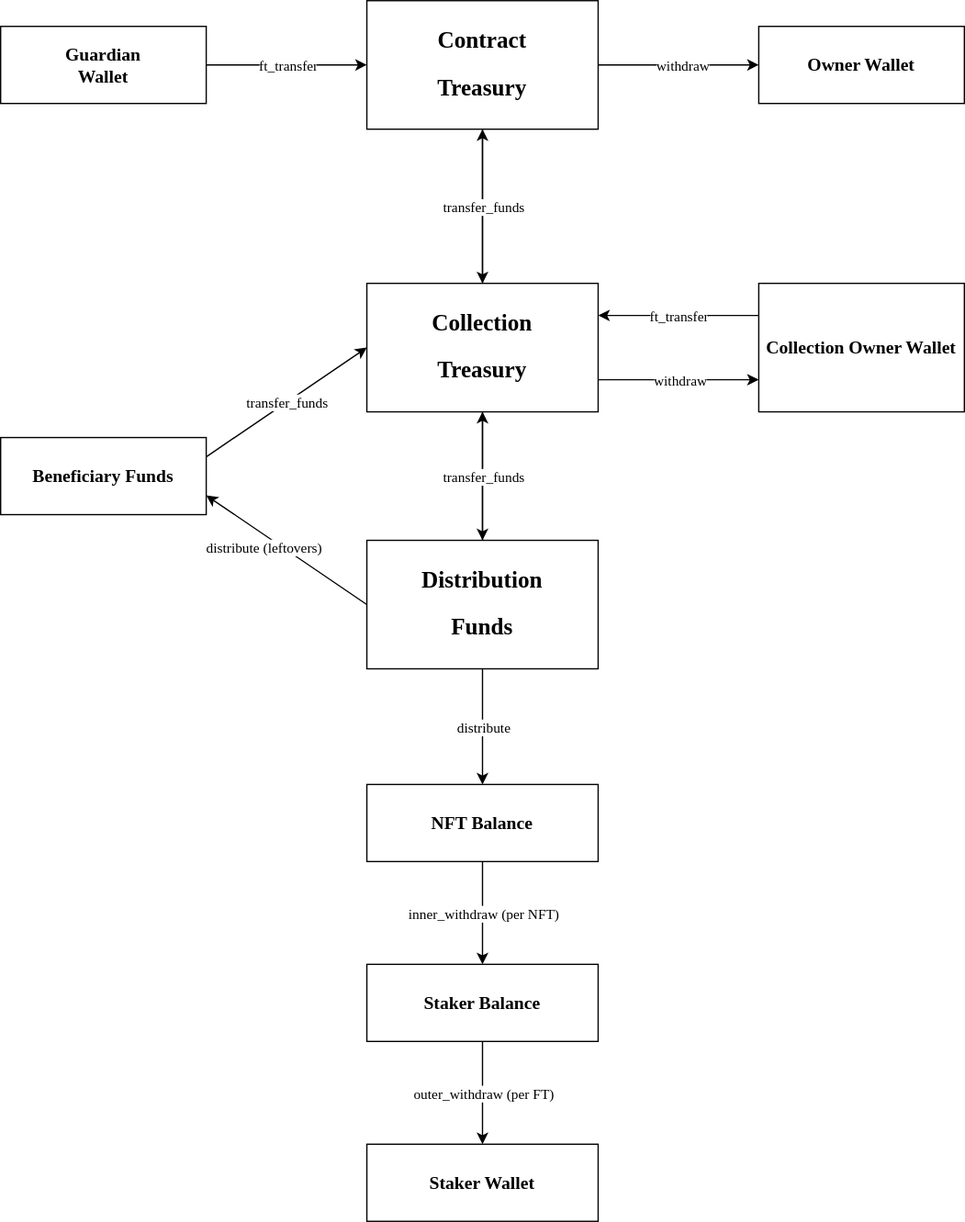
This is packages/contracts/nft_staking/docs/balances_and_operations_diagram.svg from hack-a-chain-software/jump.project, a draw.io export, as it was before one commit. Source tidied: cells renumbered, new cells last; positions are measured from the earlier drawing's top-left corner, leaving out a move shared by most shapes.
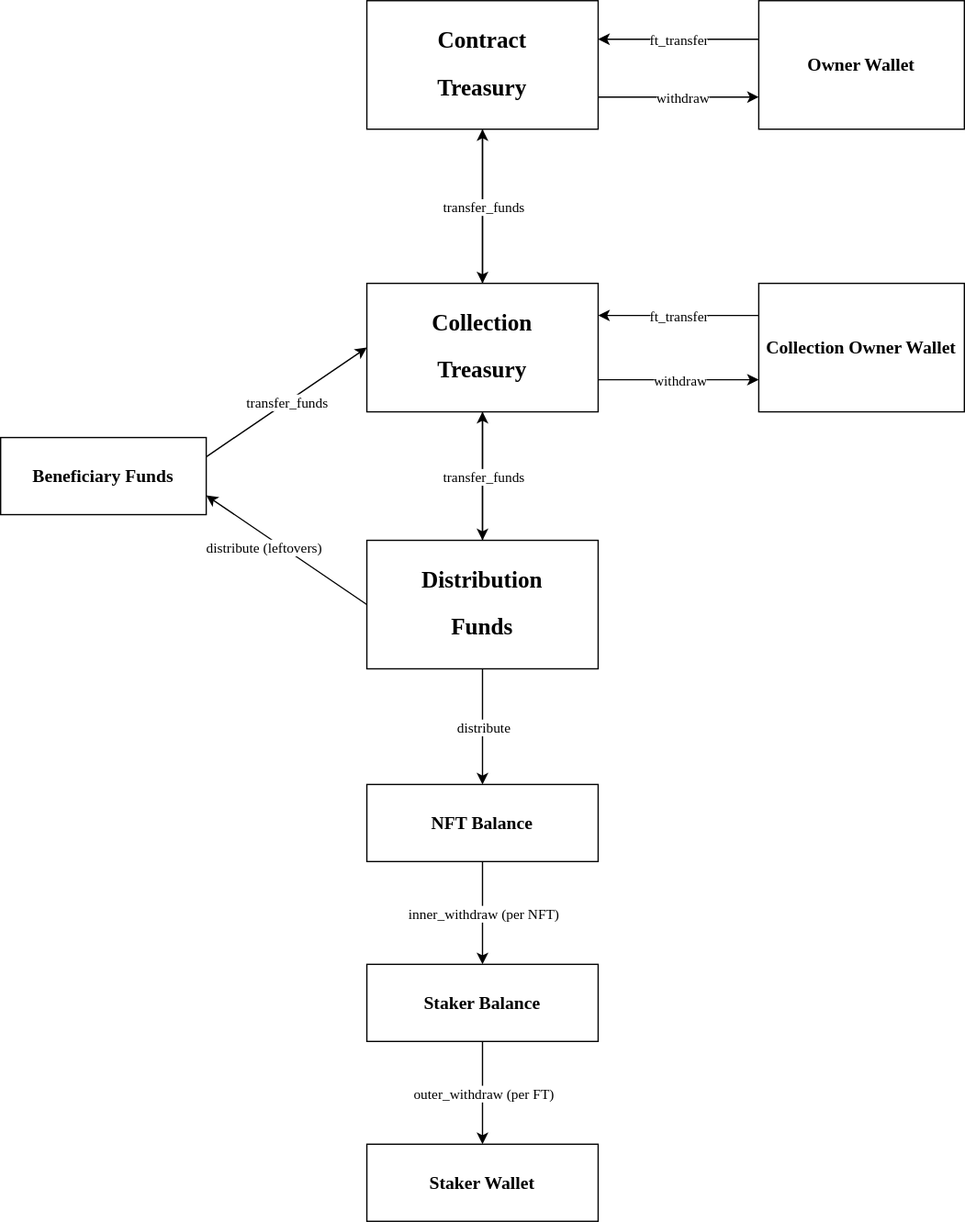
The same diagram one commit later.

Commit message:
fix(nft-staking): audit issue 9 compromised guardian

The edit, as a diff of the source:
```diff
@@ -52,10 +52,7 @@
     <mxCell id="17" value="&lt;h3&gt;&lt;font&gt;Collection Owner Wallet&lt;/font&gt;&lt;/h3&gt;" style="rounded=0;whiteSpace=wrap;html=1;fontFamily=Lucida Console;" parent="1" vertex="1">
       <mxGeometry x="590" y="220" width="160" height="100" as="geometry" />
     </mxCell>
-    <mxCell id="18" value="&lt;h3&gt;&lt;font&gt;Owner Wallet&lt;/font&gt;&lt;/h3&gt;" style="rounded=0;whiteSpace=wrap;html=1;fontFamily=Lucida Console;" parent="1" vertex="1">
-      <mxGeometry x="590" y="20" width="160" height="60" as="geometry" />
-    </mxCell>
-    <mxCell id="19" style="endArrow=classic;html=1;rounded=0;fontFamily=Lucida Console;entryX=0;entryY=0.5;entryDx=0;entryDy=0;exitX=1;exitY=0.5;exitDx=0;exitDy=0;" parent="1" edge="1" source="5" target="18">
+    <mxCell id="19" style="endArrow=classic;html=1;rounded=0;fontFamily=Lucida Console;entryX=0;entryY=0.75;entryDx=0;entryDy=0;exitX=1;exitY=0.75;exitDx=0;exitDy=0;" parent="1" edge="1" source="5" target="18">
       <mxGeometry relative="1" as="geometry" />
     </mxCell>
     <mxCell id="20" value="withdraw" style="edgeLabel;html=1;align=center;verticalAlign=middle;fontFamily=Lucida Console;" parent="19" vertex="1">
@@ -63,12 +60,6 @@
         <mxPoint x="2" as="offset" />
       </mxGeometry>
     </mxCell>
-    <mxCell id="21" style="endArrow=classic;html=1;rounded=0;fontFamily=Lucida Console;entryX=0;entryY=0.5;entryDx=0;entryDy=0;exitX=1;exitY=0.5;exitDx=0;exitDy=0;" parent="1" edge="1" source="35" target="5">
-      <mxGeometry relative="1" as="geometry" />
-    </mxCell>
-    <mxCell id="22" value="ft_transfer" style="edgeLabel;html=1;align=center;verticalAlign=middle;fontFamily=Lucida Console;" parent="21" vertex="1">
-      <mxGeometry relative="1" as="geometry" />
-    </mxCell>
     <mxCell id="23" value="&lt;h3&gt;&lt;font&gt;Beneficiary&amp;nbsp;Funds&lt;/font&gt;&lt;/h3&gt;" style="rounded=0;whiteSpace=wrap;html=1;fontFamily=Lucida Console;" parent="1" vertex="1">
       <mxGeometry y="340" width="160" height="60" as="geometry" />
     </mxCell>
@@ -105,8 +96,17 @@
     <mxCell id="34" value="&lt;h3&gt;Staker Wallet&lt;/h3&gt;" style="rounded=0;whiteSpace=wrap;html=1;fontFamily=Lucida Console;" parent="1" vertex="1">
       <mxGeometry x="285" y="890" width="180" height="60" as="geometry" />
     </mxCell>
-    <mxCell id="35" value="&lt;h3&gt;Guardian&lt;br&gt;Wallet&lt;/h3&gt;" style="rounded=0;whiteSpace=wrap;html=1;fontFamily=Lucida Console;" parent="1" vertex="1">
-      <mxGeometry y="20" width="160" height="60" as="geometry" />
-    </mxCell>
+    <mxCell id="18" value="&lt;h3&gt;&lt;font&gt;Owner Wallet&lt;/font&gt;&lt;/h3&gt;" style="rounded=0;whiteSpace=wrap;html=1;fontFamily=Lucida Console;" parent="1" vertex="1">
+      <mxGeometry x="590" width="160" height="100" as="geometry" />
+    </mxCell>
+    <mxCell id="36" style="endArrow=classic;html=1;rounded=0;exitX=0;exitY=0.25;exitDx=0;exitDy=0;entryX=1;entryY=0.25;entryDx=0;entryDy=0;" parent="1" edge="1">
+      <mxGeometry relative="1" as="geometry">
+        <mxPoint x="590" y="30" as="sourcePoint" />
+        <mxPoint x="465" y="30" as="targetPoint" />
+      </mxGeometry>
+    </mxCell>
+    <mxCell id="22" value="ft_transfer" style="edgeLabel;html=1;align=center;verticalAlign=middle;fontFamily=Lucida Console;" parent="36" vertex="1">
+      <mxGeometry relative="1" as="geometry" />
+    </mxCell>
   </root>
 </mxGraphModel>
```
